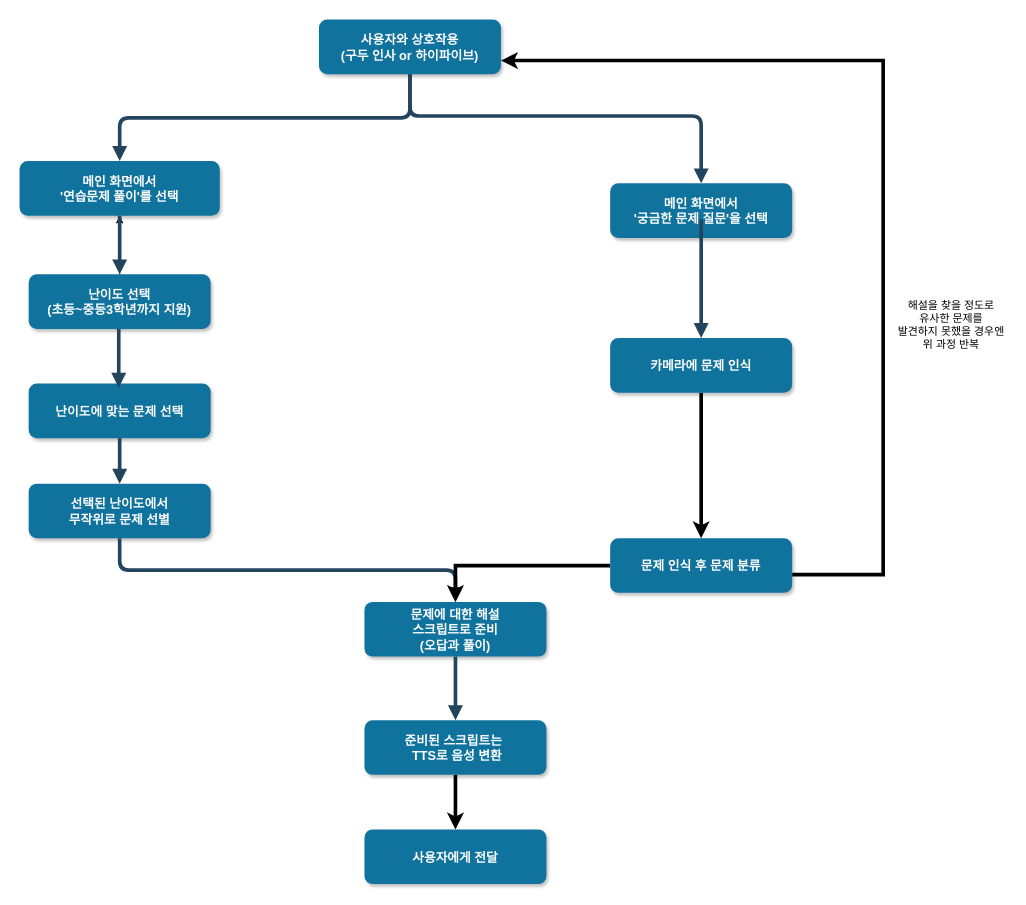
This is Untitled Diagram.drawio from ssubin29/lastCLC, a draw.io file, before an edit. Source tidied: cells renumbered, new cells numbered last; positions are measured from the earlier drawing's top-left corner, leaving out a move shared by most shapes. Both pictures are drawn from the tidied source at 91%, with x=0, y=0 at pixel (19, 19).
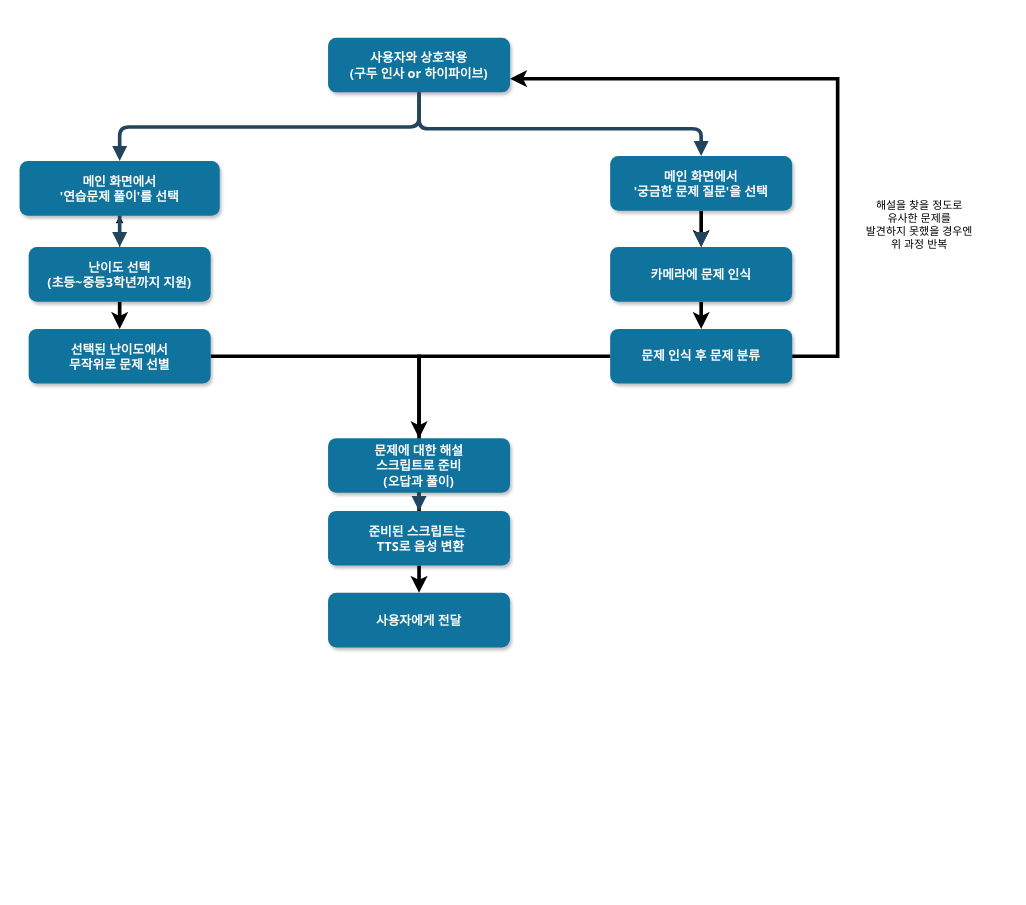
The same diagram, later.

Change to the diagram source:
```diff
@@
-    <mxCell id="2" value="사용자와 상호작용&#10;(구두 인사 or 하이파이브)" style="rounded=1;fillColor=#10739E;strokeColor=none;shadow=1;gradientColor=none;fontStyle=1;fontColor=#FFFFFF;fontSize=14;" parent="1" vertex="1">
-      <mxGeometry x="329" width="200" height="60" as="geometry" />
+    <mxCell id="2" value="사용자와 상호작용&#10;(구두 인사 or 하이파이브)" style="rounded=1;fillColor=#10739E;strokeColor=none;shadow=1;gradientColor=none;fontStyle=1;fontColor=#FFFFFF;fontSize=14;spacing=5;fontFamily=Tahoma;labelBorderColor=none;" parent="1" vertex="1">
+      <mxGeometry x="339" y="20" width="200" height="60" as="geometry" />
     </mxCell>
-    <mxCell id="3" value="메인 화면에서&#10;'연습문제 풀이'를 선택" style="rounded=1;fillColor=#10739E;strokeColor=none;shadow=1;gradientColor=none;fontStyle=1;fontColor=#FFFFFF;fontSize=14;" parent="1" vertex="1">
+    <mxCell id="3" value="메인 화면에서&#10;'연습문제 풀이'를 선택" style="rounded=1;fillColor=#10739E;strokeColor=none;shadow=1;gradientColor=none;fontStyle=1;fontColor=#FFFFFF;fontSize=14;spacing=5;fontFamily=Tahoma;" parent="1" vertex="1">
       <mxGeometry y="155.5" width="220" height="60" as="geometry" />
     </mxCell>
-    <mxCell id="4" style="edgeStyle=orthogonalEdgeStyle;rounded=0;jettySize=auto;html=1;" parent="1" edge="1" source="5" target="3">
+    <mxCell id="4" style="edgeStyle=orthogonalEdgeStyle;rounded=0;jettySize=auto;html=1;spacing=5;fontStyle=1;fontFamily=Tahoma;" parent="1" edge="1" source="5" target="3">
       <mxGeometry relative="1" as="geometry" />
     </mxCell>
+    <mxCell id="27" style="edgeStyle=orthogonalEdgeStyle;rounded=0;jettySize=auto;html=1;strokeWidth=4;spacing=5;fontStyle=1;fontFamily=Tahoma;" parent="1" edge="1" source="5">
+      <mxGeometry relative="1" as="geometry">
+        <mxPoint x="110" y="340" as="targetPoint" />
+      </mxGeometry>
+    </mxCell>
-    <mxCell id="5" value="난이도 선택&#10;(초등~중등3학년까지 지원)" style="rounded=1;fillColor=#10739E;strokeColor=none;shadow=1;gradientColor=none;fontStyle=1;fontColor=#FFFFFF;fontSize=14;" parent="1" vertex="1">
-      <mxGeometry x="10" y="280" width="200" height="60" as="geometry" />
+    <mxCell id="5" value="난이도 선택&#10;(초등~중등3학년까지 지원)" style="rounded=1;fillColor=#10739E;strokeColor=none;shadow=1;gradientColor=none;fontStyle=1;fontColor=#FFFFFF;fontSize=14;spacing=5;fontFamily=Tahoma;" parent="1" vertex="1">
+      <mxGeometry x="10" y="250" width="200" height="60" as="geometry" />
     </mxCell>
+    <mxCell id="28" style="edgeStyle=orthogonalEdgeStyle;rounded=0;jettySize=auto;html=1;labelBorderColor=#000000;fontFamily=Tahoma;fontColor=#000000;strokeWidth=4;" parent="1" edge="1" source="6" target="22">
+      <mxGeometry relative="1" as="geometry" />
+    </mxCell>
-    <mxCell id="6" value="메인 화면에서&#10;'궁금한 문제 질문'을 선택" style="rounded=1;fillColor=#10739E;strokeColor=none;shadow=1;gradientColor=none;fontStyle=1;fontColor=#FFFFFF;fontSize=14;" parent="1" vertex="1">
-      <mxGeometry x="649" y="180" width="200" height="60" as="geometry" />
+    <mxCell id="6" value="메인 화면에서&#10;'궁금한 문제 질문'을 선택" style="rounded=1;fillColor=#10739E;strokeColor=none;shadow=1;gradientColor=none;fontStyle=1;fontColor=#FFFFFF;fontSize=14;spacing=5;fontFamily=Tahoma;" parent="1" vertex="1">
+      <mxGeometry x="649" y="150" width="200" height="60" as="geometry" />
     </mxCell>
-    <mxCell id="7" value="난이도에 맞는 문제 선택" style="rounded=1;fillColor=#10739E;strokeColor=none;shadow=1;gradientColor=none;fontStyle=1;fontColor=#FFFFFF;fontSize=14;" parent="1" vertex="1">
-      <mxGeometry x="10" y="400" width="200" height="60" as="geometry" />
-    </mxCell>
+    <mxCell id="29" style="edgeStyle=orthogonalEdgeStyle;rounded=0;jettySize=auto;html=1;exitX=1;exitY=0.5;exitDx=0;exitDy=0;labelBorderColor=#000000;fontFamily=Tahoma;fontColor=#000000;strokeWidth=4;" parent="1" edge="1" source="8">
+      <mxGeometry relative="1" as="geometry">
+        <mxPoint x="499" y="550" as="targetPoint" />
+        <Array as="points">
+          <mxPoint x="439" y="370" />
+          <mxPoint x="439" y="550" />
+        </Array>
+      </mxGeometry>
+    </mxCell>
-    <mxCell id="8" value="선택된 난이도에서&#10;무작위로 문제 선별" style="rounded=1;fillColor=#10739E;strokeColor=none;shadow=1;gradientColor=none;fontStyle=1;fontColor=#FFFFFF;fontSize=14;" parent="1" vertex="1">
-      <mxGeometry x="10" y="510" width="200" height="60" as="geometry" />
+    <mxCell id="8" value="선택된 난이도에서&#10;무작위로 문제 선별" style="rounded=1;fillColor=#10739E;strokeColor=none;shadow=1;gradientColor=none;fontStyle=1;fontColor=#FFFFFF;fontSize=14;spacing=5;fontFamily=Tahoma;" parent="1" vertex="1">
+      <mxGeometry x="10" y="340" width="200" height="60" as="geometry" />
     </mxCell>
-    <mxCell id="9" value="문제에 대한 해설 &#10;스크립트로 준비&#10;(오답과 풀이)" style="rounded=1;fillColor=#10739E;strokeColor=none;shadow=1;gradientColor=none;fontStyle=1;fontColor=#FFFFFF;fontSize=14;" parent="1" vertex="1">
-      <mxGeometry x="379" y="640" width="200" height="60" as="geometry" />
+    <mxCell id="9" value="문제에 대한 해설 &#10;스크립트로 준비&#10;(오답과 풀이)" style="rounded=1;fillColor=#10739E;strokeColor=none;shadow=1;gradientColor=none;fontStyle=1;fontColor=#FFFFFF;fontSize=14;spacing=5;fontFamily=Tahoma;" parent="1" vertex="1">
+      <mxGeometry x="339" y="460" width="200" height="60" as="geometry" />
     </mxCell>
-    <mxCell id="10" style="edgeStyle=orthogonalEdgeStyle;rounded=0;jettySize=auto;html=1;strokeWidth=4;" parent="1" edge="1" source="11" target="12">
+    <mxCell id="10" style="edgeStyle=orthogonalEdgeStyle;rounded=0;jettySize=auto;html=1;strokeWidth=4;spacing=5;fontStyle=1;fontFamily=Tahoma;" parent="1" edge="1" source="11" target="12">
       <mxGeometry relative="1" as="geometry" />
     </mxCell>
-    <mxCell id="11" value="준비된 스크립트는 &#10; TTS로 음성 변환" style="rounded=1;fillColor=#10739E;strokeColor=none;shadow=1;gradientColor=none;fontStyle=1;fontColor=#FFFFFF;fontSize=14;" parent="1" vertex="1">
-      <mxGeometry x="379" y="770" width="200" height="60" as="geometry" />
+    <mxCell id="11" value="준비된 스크립트는 &#10; TTS로 음성 변환" style="rounded=1;fillColor=#10739E;strokeColor=none;shadow=1;gradientColor=none;fontStyle=1;fontColor=#FFFFFF;fontSize=14;spacing=5;fontFamily=Tahoma;" parent="1" vertex="1">
+      <mxGeometry x="339" y="540" width="200" height="60" as="geometry" />
     </mxCell>
-    <mxCell id="12" value="사용자에게 전달" style="rounded=1;fillColor=#10739E;strokeColor=none;shadow=1;gradientColor=none;fontStyle=1;fontColor=#FFFFFF;fontSize=14;" parent="1" vertex="1">
-      <mxGeometry x="379" y="890" width="200" height="60" as="geometry" />
+    <mxCell id="12" value="사용자에게 전달" style="rounded=1;fillColor=#10739E;strokeColor=none;shadow=1;gradientColor=none;fontStyle=1;fontColor=#FFFFFF;fontSize=14;spacing=5;fontFamily=Tahoma;" parent="1" vertex="1">
+      <mxGeometry x="339" y="630" width="200" height="60" as="geometry" />
     </mxCell>
-    <mxCell id="13" style="edgeStyle=elbowEdgeStyle;elbow=vertical;strokeWidth=4;endArrow=block;endFill=1;fontStyle=1;strokeColor=#23445D;" parent="1" edge="1" source="2" target="3">
+    <mxCell id="13" style="edgeStyle=elbowEdgeStyle;elbow=vertical;strokeWidth=4;endArrow=block;endFill=1;fontStyle=1;strokeColor=#23445D;spacing=5;fontFamily=Tahoma;" parent="1" edge="1" source="2" target="3">
       <mxGeometry x="22" y="165.5" as="geometry" />
     </mxCell>
-    <mxCell id="14" style="edgeStyle=elbowEdgeStyle;elbow=vertical;strokeWidth=4;endArrow=block;endFill=1;fontStyle=1;strokeColor=#23445D;" parent="1" edge="1" source="3">
-      <mxGeometry x="22" y="165.5" as="geometry">
-        <mxPoint x="110" y="280" as="targetPoint" />
-      </mxGeometry>
+    <mxCell id="14" style="edgeStyle=elbowEdgeStyle;elbow=vertical;strokeWidth=4;endArrow=block;endFill=1;fontStyle=1;strokeColor=#23445D;entryX=0.5;entryY=0;entryDx=0;entryDy=0;spacing=5;fontFamily=Tahoma;" parent="1" edge="1" source="3" target="5">
+      <mxGeometry x="22" y="165.5" as="geometry" />
     </mxCell>
-    <mxCell id="15" style="edgeStyle=elbowEdgeStyle;elbow=vertical;strokeWidth=4;endArrow=block;endFill=1;fontStyle=1;strokeColor=#23445D;entryX=0.5;entryY=0;entryDx=0;entryDy=0;" parent="1" edge="1" source="2" target="6">
+    <mxCell id="15" style="edgeStyle=elbowEdgeStyle;elbow=vertical;strokeWidth=4;endArrow=block;endFill=1;fontStyle=1;strokeColor=#23445D;entryX=0.5;entryY=0;entryDx=0;entryDy=0;spacing=5;fontFamily=Tahoma;" parent="1" edge="1" source="2" target="6">
       <mxGeometry x="22" y="165.5" as="geometry">
         <Array as="points">
+          <mxPoint x="619" y="120" />
           <mxPoint x="719" y="106" />
           <mxPoint x="401" y="105.5" />
         </Array>
       </mxGeometry>
     </mxCell>
-    <mxCell id="16" style="edgeStyle=elbowEdgeStyle;elbow=vertical;strokeWidth=4;endArrow=block;endFill=1;fontStyle=1;strokeColor=#23445D;" parent="1" edge="1" source="7" target="8">
-      <mxGeometry x="62" y="165.5" as="geometry" />
-    </mxCell>
-    <mxCell id="17" style="edgeStyle=elbowEdgeStyle;elbow=vertical;strokeWidth=4;endArrow=block;endFill=1;fontStyle=1;strokeColor=#23445D;" parent="1" edge="1" source="8" target="9">
-      <mxGeometry x="62" y="175.5" as="geometry" />
-    </mxCell>
-    <mxCell id="18" style="edgeStyle=elbowEdgeStyle;elbow=vertical;strokeWidth=4;endArrow=block;endFill=1;fontStyle=1;strokeColor=#23445D;" parent="1" edge="1" source="9" target="11">
+    <mxCell id="18" style="edgeStyle=elbowEdgeStyle;elbow=vertical;strokeWidth=4;endArrow=block;endFill=1;fontStyle=1;strokeColor=#23445D;spacing=5;fontFamily=Tahoma;" parent="1" edge="1" source="9" target="11">
       <mxGeometry x="62" y="185.5" as="geometry" />
     </mxCell>
-    <mxCell id="19" style="edgeStyle=elbowEdgeStyle;elbow=vertical;strokeWidth=4;endArrow=block;endFill=1;fontStyle=1;strokeColor=#23445D;entryX=0.5;entryY=0;entryDx=0;entryDy=0;" parent="1" edge="1" target="22">
+    <mxCell id="19" style="edgeStyle=elbowEdgeStyle;elbow=vertical;strokeWidth=4;endArrow=block;endFill=1;fontStyle=1;strokeColor=#23445D;entryX=0.5;entryY=0;entryDx=0;entryDy=0;spacing=5;fontFamily=Tahoma;" parent="1" edge="1" target="22">
       <mxGeometry x="660" y="160" as="geometry">
-        <mxPoint x="749" y="220" as="sourcePoint" />
+        <mxPoint x="749" y="240" as="sourcePoint" />
       </mxGeometry>
     </mxCell>
-    <mxCell id="20" style="edgeStyle=elbowEdgeStyle;elbow=vertical;strokeWidth=4;endArrow=block;endFill=1;fontStyle=1;strokeColor=#23445D;" parent="1" edge="1">
-      <mxGeometry x="21" y="290" as="geometry">
-        <mxPoint x="109" y="340" as="sourcePoint" />
-        <mxPoint x="109" y="404.5" as="targetPoint" />
-        <Array as="points">
-          <mxPoint x="129" y="390" />
-        </Array>
-      </mxGeometry>
-    </mxCell>
-    <mxCell id="21" style="edgeStyle=orthogonalEdgeStyle;rounded=0;jettySize=auto;html=1;strokeWidth=4;" parent="1" edge="1" source="22" target="25">
+    <mxCell id="21" style="edgeStyle=orthogonalEdgeStyle;rounded=0;jettySize=auto;html=1;strokeWidth=4;spacing=5;fontStyle=1;fontFamily=Tahoma;" parent="1" edge="1" source="22" target="25">
       <mxGeometry relative="1" as="geometry" />
     </mxCell>
-    <mxCell id="22" value="카메라에 문제 인식" style="rounded=1;fillColor=#10739E;strokeColor=none;shadow=1;gradientColor=none;fontStyle=1;fontColor=#FFFFFF;fontSize=14;" parent="1" vertex="1">
-      <mxGeometry x="649" y="350" width="200" height="60" as="geometry" />
+    <mxCell id="22" value="카메라에 문제 인식" style="rounded=1;fillColor=#10739E;strokeColor=none;shadow=1;gradientColor=none;fontStyle=1;fontColor=#FFFFFF;fontSize=14;spacing=5;fontFamily=Tahoma;" parent="1" vertex="1">
+      <mxGeometry x="649" y="250" width="200" height="60" as="geometry" />
     </mxCell>
-    <mxCell id="23" style="edgeStyle=orthogonalEdgeStyle;rounded=0;jettySize=auto;html=1;strokeWidth=4;entryX=0.5;entryY=0;entryDx=0;entryDy=0;" parent="1" edge="1" source="25" target="9">
+    <mxCell id="23" style="edgeStyle=orthogonalEdgeStyle;rounded=0;jettySize=auto;html=1;strokeWidth=4;entryX=0.5;entryY=0;entryDx=0;entryDy=0;spacing=5;fontStyle=1;fontFamily=Tahoma;" parent="1" edge="1" source="25" target="9">
       <mxGeometry relative="1" as="geometry" />
     </mxCell>
-    <mxCell id="24" style="edgeStyle=orthogonalEdgeStyle;rounded=0;jettySize=auto;html=1;strokeWidth=4;entryX=1;entryY=0.75;entryDx=0;entryDy=0;" parent="1" edge="1" source="25" target="2">
+    <mxCell id="24" style="edgeStyle=orthogonalEdgeStyle;rounded=0;jettySize=auto;html=1;strokeWidth=4;entryX=1;entryY=0.75;entryDx=0;entryDy=0;exitX=1;exitY=0.5;exitDx=0;exitDy=0;" parent="1" edge="1" source="25" target="2">
       <mxGeometry relative="1" as="geometry">
         <Array as="points">
-          <mxPoint x="949" y="610" />
-          <mxPoint x="949" y="45" />
+          <mxPoint x="899" y="370" />
+          <mxPoint x="899" y="65" />
         </Array>
       </mxGeometry>
     </mxCell>
-    <mxCell id="25" value="문제 인식 후 문제 분류" style="whiteSpace=wrap;html=1;rounded=1;shadow=1;fontSize=14;fontColor=#FFFFFF;fontStyle=1;strokeColor=none;fillColor=#10739E;" parent="1" vertex="1">
-      <mxGeometry x="649" y="570" width="200" height="60" as="geometry" />
+    <mxCell id="25" value="문제 인식 후 문제 분류" style="whiteSpace=wrap;html=1;rounded=1;shadow=1;fontSize=14;fontColor=#FFFFFF;fontStyle=1;strokeColor=none;fillColor=#10739E;spacing=5;fontFamily=Tahoma;" parent="1" vertex="1">
+      <mxGeometry x="649" y="340" width="200" height="60" as="geometry" />
     </mxCell>
-    <mxCell id="26" value="해설을 찾을 정도로&#10;유사한 문제를&#10;발견하지 못했을 경우엔&#10;위 과정 반복" style="text;strokeColor=none;fillColor=none;align=center;verticalAlign=middle;spacingLeft=4;spacingRight=4;overflow=hidden;" parent="1" vertex="1">
-      <mxGeometry x="959" y="270" width="130" height="130" as="geometry" />
+    <mxCell id="26" value="해설을 찾을 정도로&#10;유사한 문제를&#10;발견하지 못했을 경우엔&#10;위 과정 반복" style="text;strokeColor=none;fillColor=none;align=center;verticalAlign=middle;spacingLeft=4;spacingRight=4;overflow=hidden;fontColor=#000000;spacing=6;" parent="1" vertex="1">
+      <mxGeometry x="909" y="160" width="160" height="130" as="geometry" />
     </mxCell>
```
